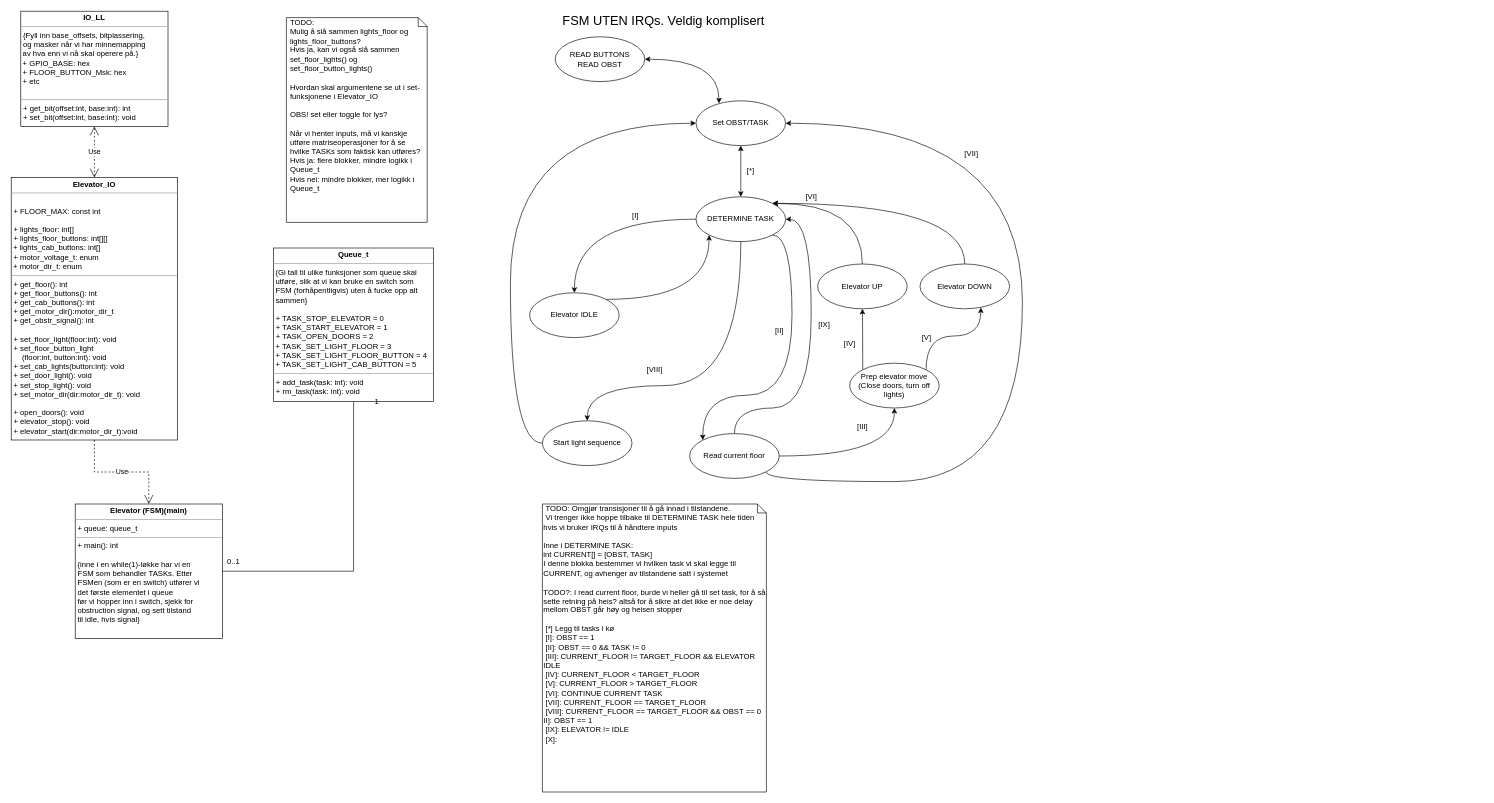
The draw.io diagram UML_Elevator.drawio in chrstrom/monkey_elevator, before the edit. Source tidied: cells renumbered, new cells numbered last; positions are measured from the earlier drawing's top-left corner, leaving out a move shared by most shapes. Both pictures are drawn from the tidied source at 64%, with x=0, y=0 at pixel (11, 11).
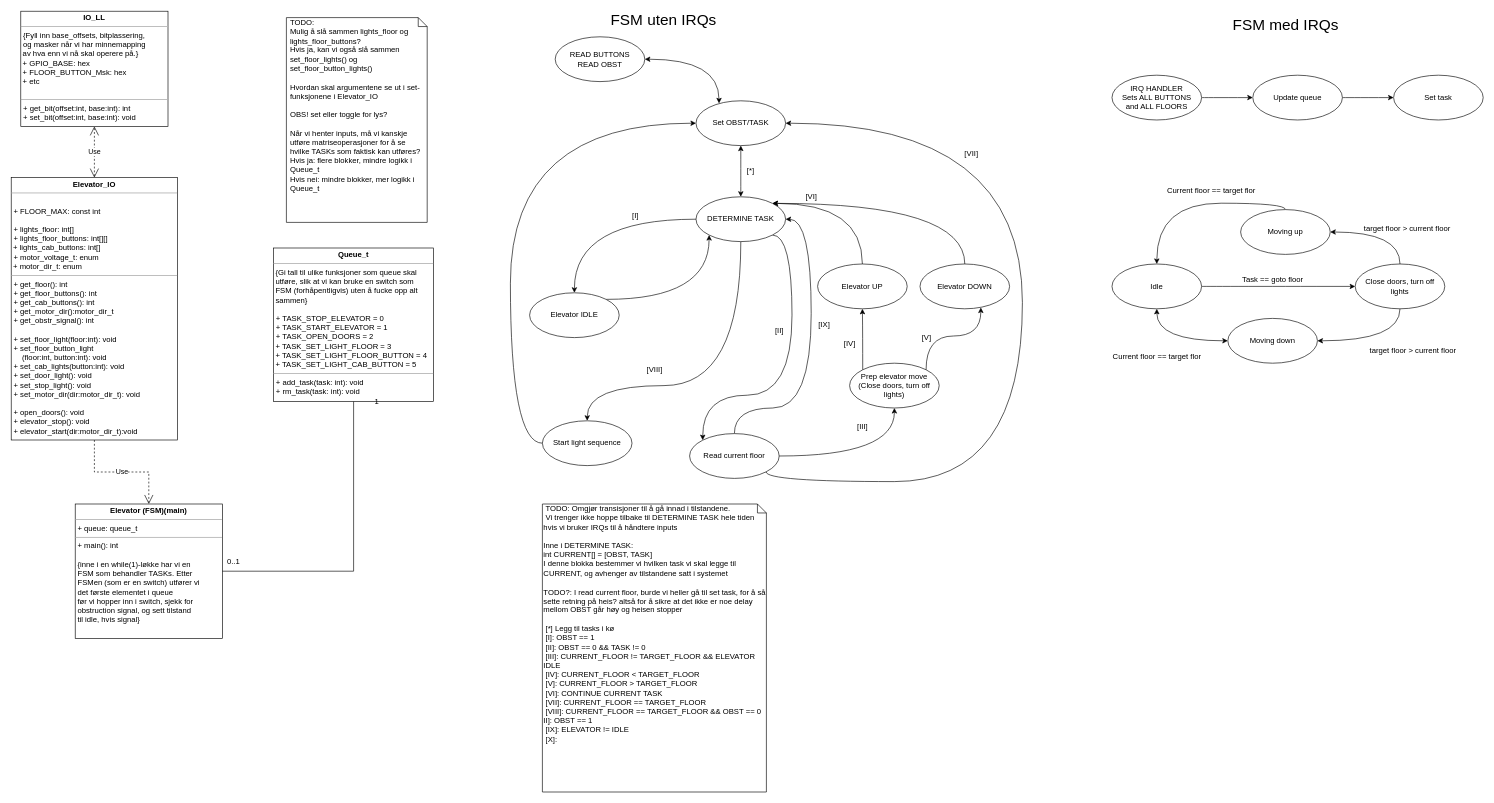
After the change.

Commit message:
Add two versions of FSM

What changed in the source:
```diff
@@
-    <mxCell id="46" value="&lt;font style=&quot;font-size: 20px&quot;&gt;FSM UTEN IRQs. Veldig komplisert&lt;br&gt;&lt;/font&gt;" style="text;html=1;align=center;verticalAlign=middle;" parent="1" vertex="1">
-      <mxGeometry x="829" y="4" width="380" height="20" as="geometry" />
+    <mxCell id="46" value="&lt;font style=&quot;font-size: 24px&quot;&gt;FSM uten IRQs&lt;br&gt;&lt;/font&gt;" style="text;html=1;align=center;verticalAlign=middle;" parent="1" vertex="1">
+      <mxGeometry x="919" y="4" width="200" height="20" as="geometry" />
     </mxCell>
+    <mxCell id="47" value="&lt;font style=&quot;font-size: 24px&quot;&gt;FSM med IRQs&lt;br&gt;&lt;/font&gt;" style="text;html=1;align=center;verticalAlign=middle;" parent="1" vertex="1">
+      <mxGeometry x="1891" y="12" width="200" height="20" as="geometry" />
+    </mxCell>
+    <mxCell id="48" style="edgeStyle=orthogonalEdgeStyle;curved=1;jettySize=auto;html=1;exitX=0;exitY=0.5;exitDx=0;exitDy=0;entryX=0.5;entryY=1;entryDx=0;entryDy=0;startArrow=classic;startFill=1;" parent="1" edge="1" source="49" target="56">
+      <mxGeometry relative="1" as="geometry" />
+    </mxCell>
+    <mxCell id="49" value="Moving down" style="ellipse;whiteSpace=wrap;html=1;" parent="1" vertex="1">
+      <mxGeometry x="1901" y="480" width="140" height="70" as="geometry" />
+    </mxCell>
+    <mxCell id="50" style="edgeStyle=orthogonalEdgeStyle;curved=1;jettySize=auto;html=1;startArrow=none;startFill=0;" parent="1" edge="1" source="51" target="53">
+      <mxGeometry relative="1" as="geometry" />
+    </mxCell>
+    <mxCell id="51" value="&lt;div&gt;IRQ HANDLER&lt;/div&gt;&lt;div&gt;Sets ALL BUTTONS&lt;/div&gt;&lt;div&gt;and ALL FLOORS&lt;br&gt;&lt;/div&gt;" style="ellipse;whiteSpace=wrap;html=1;" parent="1" vertex="1">
+      <mxGeometry x="1720" y="100" width="140" height="70" as="geometry" />
+    </mxCell>
+    <mxCell id="52" style="edgeStyle=orthogonalEdgeStyle;curved=1;jettySize=auto;html=1;startArrow=none;startFill=0;" parent="1" edge="1" source="53" target="54">
+      <mxGeometry relative="1" as="geometry" />
+    </mxCell>
+    <mxCell id="53" value="Update queue" style="ellipse;whiteSpace=wrap;html=1;" parent="1" vertex="1">
+      <mxGeometry x="1940" y="100" width="140" height="70" as="geometry" />
+    </mxCell>
+    <mxCell id="54" value="Set task" style="ellipse;whiteSpace=wrap;html=1;" parent="1" vertex="1">
+      <mxGeometry x="2160" y="100" width="140" height="70" as="geometry" />
+    </mxCell>
+    <mxCell id="55" style="edgeStyle=orthogonalEdgeStyle;curved=1;jettySize=auto;html=1;startArrow=none;startFill=0;" parent="1" edge="1" source="56" target="59">
+      <mxGeometry relative="1" as="geometry" />
+    </mxCell>
+    <mxCell id="56" value="Idle" style="ellipse;whiteSpace=wrap;html=1;" parent="1" vertex="1">
+      <mxGeometry x="1720" y="395" width="140" height="70" as="geometry" />
+    </mxCell>
+    <mxCell id="57" style="edgeStyle=orthogonalEdgeStyle;curved=1;jettySize=auto;html=1;exitX=0.5;exitY=0;exitDx=0;exitDy=0;entryX=1;entryY=0.5;entryDx=0;entryDy=0;startArrow=none;startFill=0;" parent="1" edge="1" source="59" target="61">
+      <mxGeometry relative="1" as="geometry" />
+    </mxCell>
+    <mxCell id="58" style="edgeStyle=orthogonalEdgeStyle;curved=1;jettySize=auto;html=1;exitX=0.5;exitY=1;exitDx=0;exitDy=0;entryX=1;entryY=0.5;entryDx=0;entryDy=0;startArrow=none;startFill=0;" parent="1" edge="1" source="59" target="49">
+      <mxGeometry relative="1" as="geometry" />
+    </mxCell>
+    <mxCell id="59" value="Close doors, turn off lights" style="ellipse;whiteSpace=wrap;html=1;" parent="1" vertex="1">
+      <mxGeometry x="2100" y="395" width="140" height="70" as="geometry" />
+    </mxCell>
+    <mxCell id="60" style="edgeStyle=orthogonalEdgeStyle;curved=1;jettySize=auto;html=1;exitX=0.5;exitY=0;exitDx=0;exitDy=0;entryX=0.5;entryY=0;entryDx=0;entryDy=0;startArrow=none;startFill=0;" parent="1" edge="1" source="61" target="56">
+      <mxGeometry relative="1" as="geometry">
+        <Array as="points">
+          <mxPoint x="1991" y="300" />
+          <mxPoint x="1790" y="300" />
+        </Array>
+      </mxGeometry>
+    </mxCell>
+    <mxCell id="61" value="Moving up" style="ellipse;whiteSpace=wrap;html=1;" parent="1" vertex="1">
+      <mxGeometry x="1921" y="310" width="140" height="70" as="geometry" />
+    </mxCell>
+    <mxCell id="62" value="Current floor == target flor" style="text;html=1;align=center;verticalAlign=middle;" parent="1" vertex="1">
+      <mxGeometry x="1695" y="530" width="190" height="20" as="geometry" />
+    </mxCell>
+    <mxCell id="63" value="Current floor == target flor" style="text;html=1;align=center;verticalAlign=middle;" parent="1" vertex="1">
+      <mxGeometry x="1780" y="270" width="190" height="20" as="geometry" />
+    </mxCell>
+    <mxCell id="64" value="Task == goto floor" style="text;html=1;align=center;verticalAlign=middle;" parent="1" vertex="1">
+      <mxGeometry x="1906" y="410" width="130" height="20" as="geometry" />
+    </mxCell>
+    <mxCell id="65" value="target floor &amp;gt; current floor" style="text;html=1;align=center;verticalAlign=middle;" parent="1" vertex="1">
+      <mxGeometry x="2091" y="330" width="180" height="20" as="geometry" />
+    </mxCell>
+    <mxCell id="66" value="target floor &amp;gt; current floor" style="text;html=1;align=center;verticalAlign=middle;" parent="1" vertex="1">
+      <mxGeometry x="2100" y="520" width="180" height="20" as="geometry" />
+    </mxCell>
```
